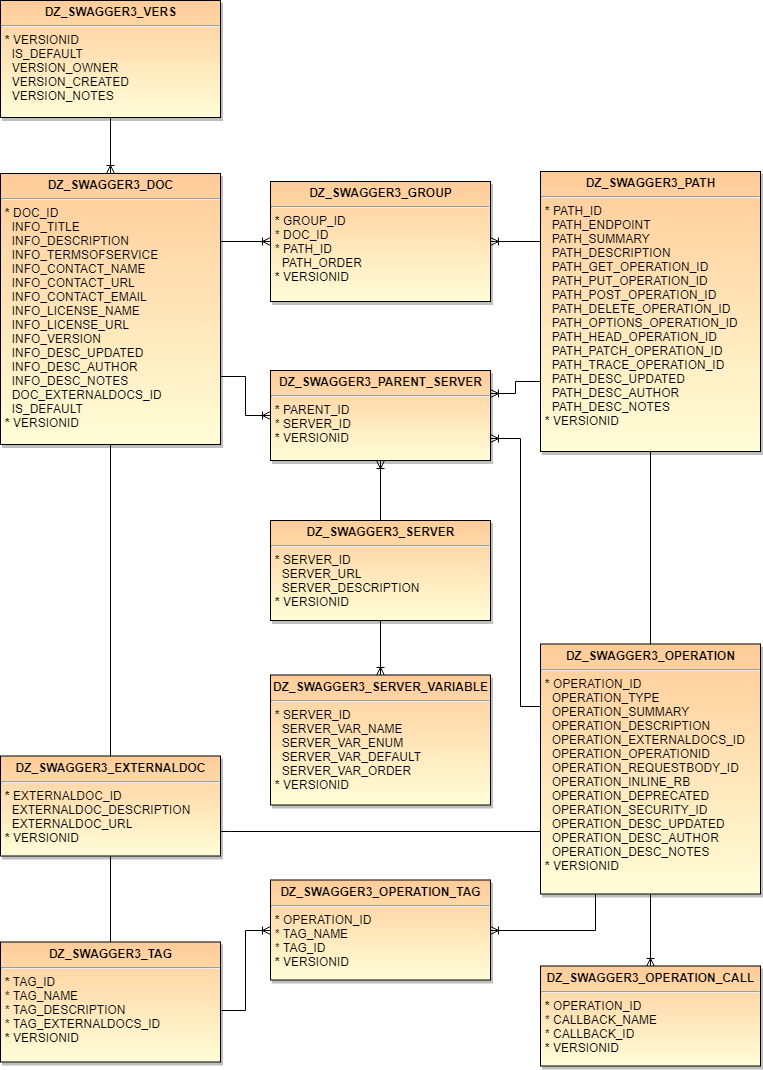
This is Doc/ERD1.png from pauldzy/DZ_SWAGGER3, a draw.io export, as it was before one commit. Source tidied: cells renumbered, new cells last; positions are measured from the earlier drawing's top-left corner, leaving out a move shared by most shapes.
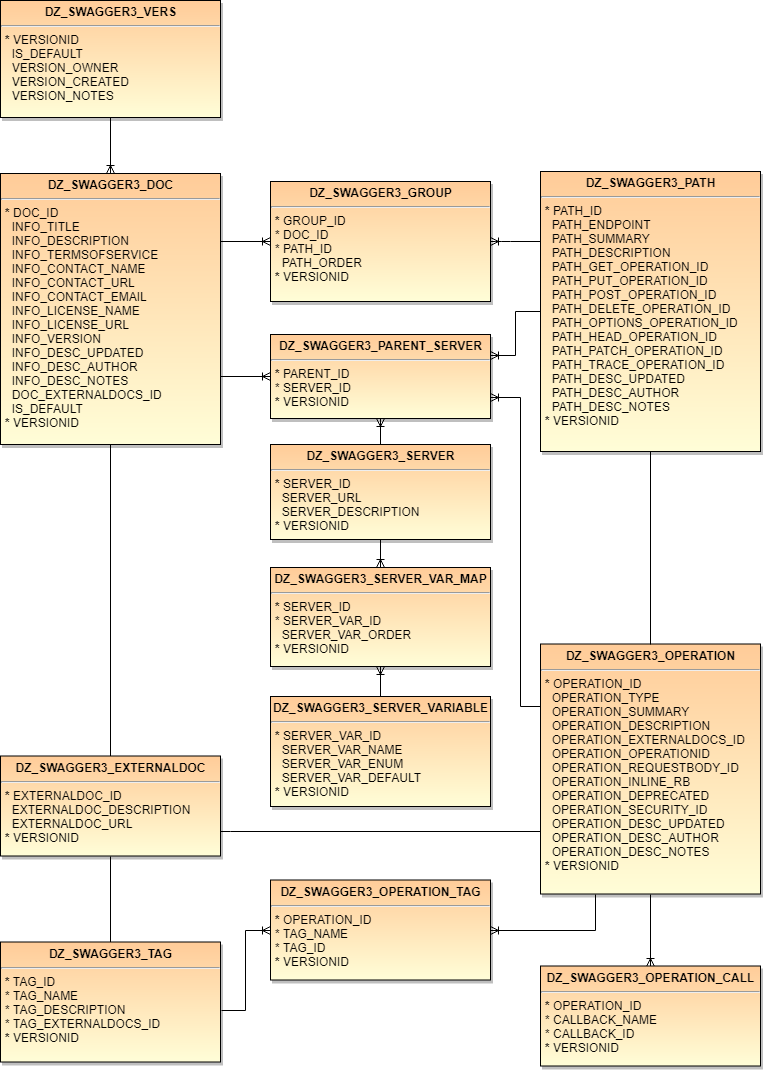
The same diagram one commit later.

Diff of the diagram source:
```diff
@@ -34,7 +34,7 @@
     <mxCell id="10" value="&lt;p style=&quot;margin: 0px ; margin-top: 4px ; text-align: center&quot;&gt;&lt;strong&gt;DZ_SWAGGER3_EXTERNALDOC&lt;/strong&gt;&lt;/p&gt;&lt;hr&gt;&lt;p style=&quot;margin: 0px ; margin-left: 4px&quot;&gt;&lt;b&gt;*&lt;/b&gt;&amp;nbsp;EXTERNALDOC_ID&lt;/p&gt;&lt;p style=&quot;margin: 0px ; margin-left: 4px&quot;&gt;&amp;nbsp; EXTERNALDOC_DESCRIPTION&lt;/p&gt;&lt;p style=&quot;margin: 0px ; margin-left: 4px&quot;&gt;&amp;nbsp; EXTERNALDOC_URL&lt;/p&gt;&lt;p style=&quot;margin: 0px ; margin-left: 4px&quot;&gt;&lt;b&gt;*&lt;/b&gt;&lt;span&gt; VERSIONID&lt;/span&gt;&lt;br&gt;&lt;/p&gt;" style="shadow=1;fillColor=#FFCC99;gradientColor=#FFFED8;verticalAlign=top;align=left;overflow=fill;fontSize=12;fontFamily=Helvetica;html=1;" parent="1" vertex="1">
       <mxGeometry y="755.5" width="220" height="100" as="geometry" />
     </mxCell>
-    <mxCell id="11" style="edgeStyle=orthogonalEdgeStyle;rounded=0;html=1;exitX=0;exitY=0.75;entryX=1;entryY=0.25;startArrow=none;startFill=0;endArrow=ERoneToMany;endFill=0;jettySize=auto;" parent="1" edge="1" source="12" target="25">
+    <mxCell id="11" style="edgeStyle=orthogonalEdgeStyle;rounded=0;html=1;exitX=0;exitY=0.5;entryX=1;entryY=0.25;startArrow=none;startFill=0;endArrow=ERoneToMany;endFill=0;jettySize=auto;exitDx=0;exitDy=0;" parent="1" edge="1" source="12" target="25">
       <mxGeometry relative="1" as="geometry" />
     </mxCell>
     <mxCell id="12" value="&lt;p style=&quot;margin: 0px ; margin-top: 4px ; text-align: center&quot;&gt;&lt;strong&gt;DZ_SWAGGER3_PATH&lt;/strong&gt;&lt;/p&gt;&lt;hr&gt;&lt;p style=&quot;margin: 0px ; margin-left: 4px&quot;&gt;&lt;b&gt;*&lt;/b&gt; PATH_ID&lt;/p&gt;&lt;p style=&quot;margin: 0px ; margin-left: 4px&quot;&gt;&amp;nbsp; PATH_ENDPOINT&lt;/p&gt;&lt;p style=&quot;margin: 0px ; margin-left: 4px&quot;&gt;&amp;nbsp;&amp;nbsp;&lt;span&gt;PATH_SUMMARY&lt;/span&gt;&lt;/p&gt;&lt;p style=&quot;margin: 0px ; margin-left: 4px&quot;&gt;&amp;nbsp; PATH_DESCRIPTION&lt;/p&gt;&lt;p style=&quot;margin: 0px ; margin-left: 4px&quot;&gt;&amp;nbsp; PATH_GET_OPERATION_ID&lt;/p&gt;&lt;p style=&quot;margin: 0px ; margin-left: 4px&quot;&gt;&amp;nbsp; PATH_PUT_OPERATION_ID&lt;/p&gt;&lt;p style=&quot;margin: 0px ; margin-left: 4px&quot;&gt;&amp;nbsp; PATH_POST_OPERATION_ID&lt;/p&gt;&lt;p style=&quot;margin: 0px ; margin-left: 4px&quot;&gt;&amp;nbsp; PATH_DELETE_OPERATION_ID&lt;/p&gt;&lt;p style=&quot;margin: 0px ; margin-left: 4px&quot;&gt;&amp;nbsp; PATH_OPTIONS_OPERATION_ID&lt;/p&gt;&lt;p style=&quot;margin: 0px ; margin-left: 4px&quot;&gt;&amp;nbsp; PATH_HEAD_OPERATION_ID&lt;/p&gt;&lt;p style=&quot;margin: 0px ; margin-left: 4px&quot;&gt;&amp;nbsp; PATH_PATCH_OPERATION_ID&lt;/p&gt;&lt;p style=&quot;margin: 0px ; margin-left: 4px&quot;&gt;&amp;nbsp; PATH_TRACE_OPERATION_ID&lt;/p&gt;&lt;p style=&quot;margin: 0px ; margin-left: 4px&quot;&gt;&amp;nbsp; PATH&lt;span&gt;_DESC_UPDATED&lt;/span&gt;&lt;/p&gt;&lt;p style=&quot;margin: 0px ; margin-left: 4px&quot;&gt;&amp;nbsp; PATH_DESC_AUTHOR&lt;/p&gt;&lt;p style=&quot;margin: 0px ; margin-left: 4px&quot;&gt;&amp;nbsp; PATH_DESC_NOTES&lt;/p&gt;&lt;p style=&quot;margin: 0px ; margin-left: 4px&quot;&gt;&lt;b&gt;*&lt;/b&gt; VERSIONID&lt;/p&gt;" style="shadow=1;fillColor=#FFCC99;gradientColor=#FFFED8;verticalAlign=top;align=left;overflow=fill;fontSize=12;fontFamily=Helvetica;html=1;" parent="1" vertex="1">
@@ -55,7 +55,7 @@
       <mxGeometry relative="1" as="geometry">
         <Array as="points">
           <mxPoint x="520" y="706" />
-          <mxPoint x="520" y="438" />
+          <mxPoint x="520" y="397" />
         </Array>
       </mxGeometry>
     </mxCell>
@@ -91,16 +91,24 @@
       <mxGeometry relative="1" as="geometry" />
     </mxCell>
     <mxCell id="25" value="&lt;p style=&quot;margin: 0px ; margin-top: 4px ; text-align: center&quot;&gt;&lt;strong&gt;DZ_SWAGGER3_PARENT_SERVER&lt;/strong&gt;&lt;/p&gt;&lt;hr&gt;&lt;p style=&quot;margin: 0px ; margin-left: 4px&quot;&gt;&lt;b&gt;*&lt;/b&gt;&amp;nbsp;PARENT_ID&lt;/p&gt;&lt;p style=&quot;margin: 0px ; margin-left: 4px&quot;&gt;* SERVER&lt;span&gt;_ID&lt;/span&gt;&lt;/p&gt;&lt;p style=&quot;margin: 0px ; margin-left: 4px&quot;&gt;&lt;b&gt;*&lt;/b&gt;&lt;span&gt; VERSIONID&lt;/span&gt;&lt;/p&gt;" style="shadow=1;fillColor=#FFCC99;gradientColor=#FFFED8;verticalAlign=top;align=left;overflow=fill;fontSize=12;fontFamily=Helvetica;html=1;" parent="1" vertex="1">
-      <mxGeometry x="270" y="370" width="220" height="90" as="geometry" />
+      <mxGeometry x="270" y="334" width="220" height="84" as="geometry" />
     </mxCell>
     <mxCell id="26" style="edgeStyle=orthogonalEdgeStyle;rounded=0;html=1;exitX=0.5;exitY=1;entryX=0.5;entryY=0;startArrow=none;startFill=0;endArrow=ERoneToMany;endFill=0;jettySize=auto;" parent="1" edge="1" source="27" target="28">
       <mxGeometry relative="1" as="geometry" />
     </mxCell>
     <mxCell id="27" value="&lt;p style=&quot;margin: 0px ; margin-top: 4px ; text-align: center&quot;&gt;&lt;strong&gt;DZ_SWAGGER3_SERVER&lt;/strong&gt;&lt;/p&gt;&lt;hr&gt;&lt;p style=&quot;margin: 0px ; margin-left: 4px&quot;&gt;&lt;b&gt;*&lt;/b&gt;&amp;nbsp;&lt;span&gt;SERVER&lt;/span&gt;&lt;span&gt;_ID&lt;/span&gt;&lt;/p&gt;&lt;p style=&quot;margin: 0px ; margin-left: 4px&quot;&gt;&lt;span&gt;&amp;nbsp; SERVER_URL&lt;/span&gt;&lt;/p&gt;&lt;p style=&quot;margin: 0px ; margin-left: 4px&quot;&gt;&lt;span&gt;&amp;nbsp; SERVER_DESCRIPTION&lt;/span&gt;&lt;/p&gt;&lt;p style=&quot;margin: 0px ; margin-left: 4px&quot;&gt;&lt;b&gt;*&lt;/b&gt;&lt;span&gt; VERSIONID&lt;/span&gt;&lt;/p&gt;" style="shadow=1;fillColor=#FFCC99;gradientColor=#FFFED8;verticalAlign=top;align=left;overflow=fill;fontSize=12;fontFamily=Helvetica;html=1;" parent="1" vertex="1">
-      <mxGeometry x="270" y="520" width="220" height="100" as="geometry" />
+      <mxGeometry x="270" y="444" width="220" height="95" as="geometry" />
     </mxCell>
-    <mxCell id="28" value="&lt;p style=&quot;margin: 0px ; margin-top: 4px ; text-align: center&quot;&gt;&lt;strong&gt;DZ_SWAGGER3_SERVER_VARIABLE&lt;/strong&gt;&lt;/p&gt;&lt;hr&gt;&lt;p style=&quot;margin: 0px ; margin-left: 4px&quot;&gt;&lt;b&gt;*&lt;/b&gt;&amp;nbsp;&lt;span&gt;SERVER&lt;/span&gt;&lt;span&gt;_ID&lt;/span&gt;&lt;/p&gt;&lt;p style=&quot;margin: 0px ; margin-left: 4px&quot;&gt;&lt;span&gt;&amp;nbsp; SERVER_VAR_NAME&lt;/span&gt;&lt;/p&gt;&lt;p style=&quot;margin: 0px ; margin-left: 4px&quot;&gt;&lt;span&gt;&amp;nbsp; SERVER_VAR_ENUM&lt;/span&gt;&lt;/p&gt;&lt;p style=&quot;margin: 0px ; margin-left: 4px&quot;&gt;&lt;span&gt;&amp;nbsp; SERVER_VAR_DEFAULT&lt;/span&gt;&lt;/p&gt;&lt;p style=&quot;margin: 0px ; margin-left: 4px&quot;&gt;&lt;span&gt;&amp;nbsp; SERVER_VAR_ORDER&lt;/span&gt;&lt;/p&gt;&lt;p style=&quot;margin: 0px ; margin-left: 4px&quot;&gt;&lt;b&gt;*&lt;/b&gt;&lt;span&gt; VERSIONID&lt;/span&gt;&lt;/p&gt;" style="shadow=1;fillColor=#FFCC99;gradientColor=#FFFED8;verticalAlign=top;align=left;overflow=fill;fontSize=12;fontFamily=Helvetica;html=1;" parent="1" vertex="1">
-      <mxGeometry x="270" y="674.5" width="220" height="130" as="geometry" />
+    <mxCell id="28" value="&lt;p style=&quot;margin: 0px ; margin-top: 4px ; text-align: center&quot;&gt;&lt;strong&gt;DZ_SWAGGER3_SERVER_VAR_MAP&lt;/strong&gt;&lt;/p&gt;&lt;hr&gt;&lt;p style=&quot;margin: 0px ; margin-left: 4px&quot;&gt;&lt;b&gt;*&lt;/b&gt;&amp;nbsp;&lt;span&gt;SERVER&lt;/span&gt;&lt;span&gt;_ID&lt;/span&gt;&lt;/p&gt;&lt;p style=&quot;margin: 0px ; margin-left: 4px&quot;&gt;&lt;span&gt;* SERVER_VAR_ID&lt;/span&gt;&lt;/p&gt;&lt;p style=&quot;margin: 0px ; margin-left: 4px&quot;&gt;&lt;span&gt;&amp;nbsp; SERVER_VAR_ORDER&lt;/span&gt;&lt;/p&gt;&lt;p style=&quot;margin: 0px ; margin-left: 4px&quot;&gt;&lt;b&gt;*&lt;/b&gt;&lt;span&gt; VERSIONID&lt;/span&gt;&lt;/p&gt;" style="shadow=1;fillColor=#FFCC99;gradientColor=#FFFED8;verticalAlign=top;align=left;overflow=fill;fontSize=12;fontFamily=Helvetica;html=1;" parent="1" vertex="1">
+      <mxGeometry x="270" y="567" width="220" height="99" as="geometry" />
     </mxCell>
+    <mxCell id="29" value="&lt;p style=&quot;margin: 0px ; margin-top: 4px ; text-align: center&quot;&gt;&lt;strong&gt;DZ_SWAGGER3_SERVER_VARIABLE&lt;/strong&gt;&lt;/p&gt;&lt;hr&gt;&lt;p style=&quot;margin: 0px ; margin-left: 4px&quot;&gt;&lt;b&gt;*&lt;/b&gt;&amp;nbsp;&lt;span&gt;SERVER&lt;/span&gt;&lt;span&gt;_VAR_ID&lt;/span&gt;&lt;/p&gt;&lt;p style=&quot;margin: 0px ; margin-left: 4px&quot;&gt;&lt;span&gt;&amp;nbsp; SERVER_VAR_NAME&lt;/span&gt;&lt;/p&gt;&lt;p style=&quot;margin: 0px ; margin-left: 4px&quot;&gt;&lt;span&gt;&amp;nbsp; SERVER_VAR_ENUM&lt;/span&gt;&lt;/p&gt;&lt;p style=&quot;margin: 0px ; margin-left: 4px&quot;&gt;&lt;span&gt;&amp;nbsp; SERVER_VAR_DEFAULT&lt;/span&gt;&lt;/p&gt;&lt;p style=&quot;margin: 0px ; margin-left: 4px&quot;&gt;&lt;b&gt;*&lt;/b&gt;&lt;span&gt; VERSIONID&lt;/span&gt;&lt;/p&gt;" style="shadow=1;fillColor=#FFCC99;gradientColor=#FFFED8;verticalAlign=top;align=left;overflow=fill;fontSize=12;fontFamily=Helvetica;html=1;" parent="1" vertex="1">
+      <mxGeometry x="270" y="696" width="220" height="110" as="geometry" />
+    </mxCell>
+    <mxCell id="30" style="edgeStyle=orthogonalEdgeStyle;rounded=0;html=1;startArrow=ERoneToMany;startFill=0;endArrow=none;endFill=0;jettySize=auto;exitX=0.5;exitY=1;exitDx=0;exitDy=0;entryX=0.5;entryY=0;entryDx=0;entryDy=0;" parent="1" edge="1" target="29">
+      <mxGeometry relative="1" as="geometry">
+        <mxPoint x="380" y="666" as="sourcePoint" />
+      </mxGeometry>
+    </mxCell>
   </root>
 </mxGraphModel>
```
